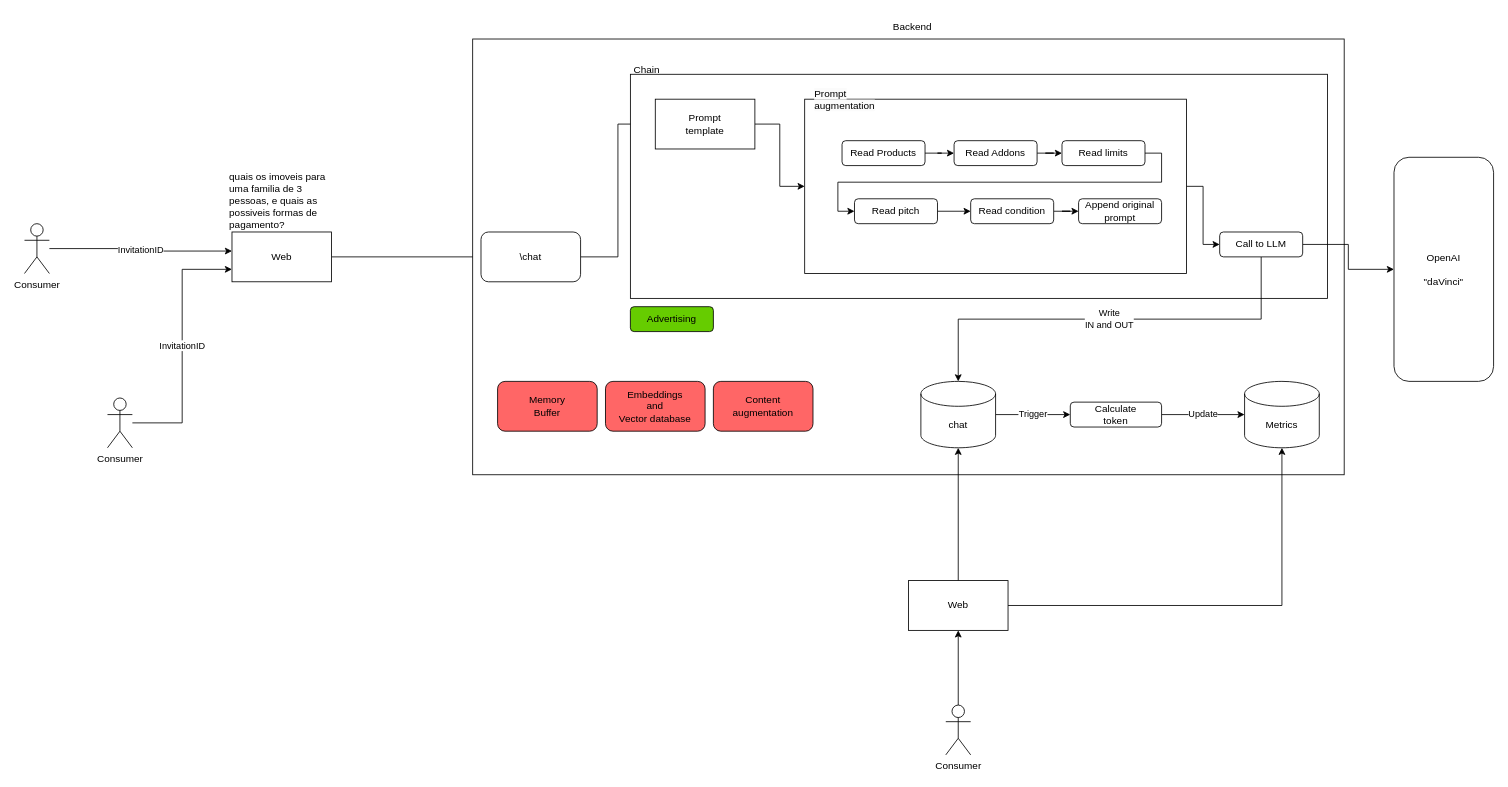
This is page "Chat_chain" (9 of 9) of doc/MER.drawio from leucir/iara-web, a draw.io file, before an edit. Source tidied: cells renumbered, new cells numbered last; positions are measured from the earlier drawing's top-left corner, leaving out a move shared by most shapes. Both pictures are drawn from the tidied source at 83%, with x=0, y=0 at pixel (24, 14).
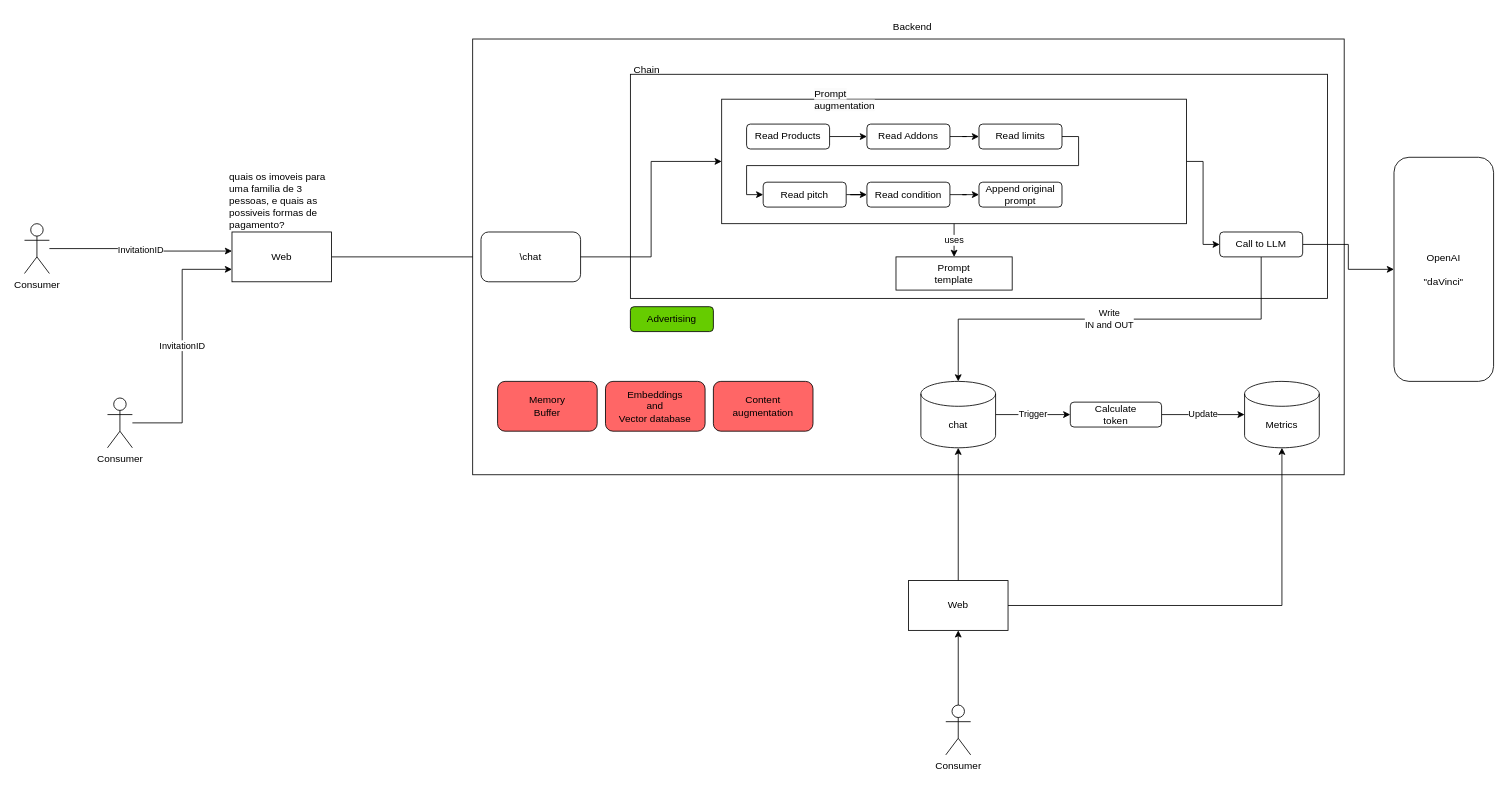
The same page after the edit.

Commit message (it also covers changes not shown here):
diagram and sample examples

The change refers to these unchanged cells:
```xml
<mxCell id="8" value="\chat" style="rounded=1;whiteSpace=wrap;html=1;" parent="1" vertex="1">
  <mxGeometry x="550" y="262" width="120" height="60" as="geometry" />
</mxCell>
```

The edit, as a diff of the source:
```diff
@@
-    <mxCell id="7" style="edgeStyle=orthogonalEdgeStyle;rounded=0;jettySize=auto;html=1;entryX=0;entryY=0.5;entryDx=0;entryDy=0;" parent="1" edge="1" source="8" target="15">
-      <mxGeometry relative="1" as="geometry" />
-    </mxCell>
@@
-    <mxCell id="14" style="edgeStyle=orthogonalEdgeStyle;rounded=0;jettySize=auto;html=1;" parent="1" edge="1" source="15" target="17">
-      <mxGeometry relative="1" as="geometry" />
-    </mxCell>
-    <mxCell id="15" value="Prompt&lt;br&gt;template" style="rounded=0;whiteSpace=wrap;html=1;" parent="1" vertex="1">
-      <mxGeometry x="760" y="102" width="120" height="60" as="geometry" />
-    </mxCell>
@@
     <mxCell id="17" style="whiteSpace=wrap;html=1;rounded=0;" parent="1" vertex="1">
-      <mxGeometry x="940" y="102" width="460" height="210" as="geometry" />
+      <mxGeometry x="840" y="102" width="560" height="150" as="geometry" />
     </mxCell>
@@
     <mxCell id="20" value="Read Products" style="rounded=1;whiteSpace=wrap;html=1;" parent="1" vertex="1">
-      <mxGeometry x="985" y="152" width="100" height="30" as="geometry" />
+      <mxGeometry x="870" y="132" width="100" height="30" as="geometry" />
     </mxCell>
@@
     <mxCell id="23" value="Read Addons" style="rounded=1;whiteSpace=wrap;html=1;" parent="1" vertex="1">
-      <mxGeometry x="1120" y="152" width="100" height="30" as="geometry" />
+      <mxGeometry x="1015" y="132" width="100" height="30" as="geometry" />
     </mxCell>
@@
     <mxCell id="25" value="Read limits" style="rounded=1;whiteSpace=wrap;html=1;" parent="1" vertex="1">
-      <mxGeometry x="1250" y="152" width="100" height="30" as="geometry" />
+      <mxGeometry x="1150" y="132" width="100" height="30" as="geometry" />
     </mxCell>
@@
     <mxCell id="27" value="Read pitch" style="rounded=1;whiteSpace=wrap;html=1;" parent="1" vertex="1">
-      <mxGeometry x="1000" y="222" width="100" height="30" as="geometry" />
+      <mxGeometry x="890" y="202" width="100" height="30" as="geometry" />
     </mxCell>
@@
     <mxCell id="29" value="Read condition" style="rounded=1;whiteSpace=wrap;html=1;" parent="1" vertex="1">
-      <mxGeometry x="1140" y="222" width="100" height="30" as="geometry" />
+      <mxGeometry x="1015" y="202" width="100" height="30" as="geometry" />
     </mxCell>
     <mxCell id="30" value="Append original&lt;br&gt;prompt" style="rounded=1;whiteSpace=wrap;html=1;" parent="1" vertex="1">
-      <mxGeometry x="1270" y="222" width="100" height="30" as="geometry" />
+      <mxGeometry x="1150" y="202" width="100" height="30" as="geometry" />
     </mxCell>
@@
+    <mxCell id="7" style="edgeStyle=orthogonalEdgeStyle;rounded=0;jettySize=auto;html=1;entryX=0;entryY=0.5;entryDx=0;entryDy=0;" parent="1" edge="1" source="8" target="17">
+      <mxGeometry relative="1" as="geometry" />
+    </mxCell>
+    <mxCell id="14" value="uses" style="edgeStyle=orthogonalEdgeStyle;rounded=0;jettySize=auto;html=1;entryX=0.5;entryY=1;entryDx=0;entryDy=0;startArrow=classic;startFill=1;endArrow=none;endFill=0;" parent="1" edge="1" source="15" target="17">
+      <mxGeometry relative="1" as="geometry" />
+    </mxCell>
+    <mxCell id="15" value="Prompt&lt;br&gt;template" style="rounded=0;whiteSpace=wrap;html=1;" parent="1" vertex="1">
+      <mxGeometry x="1050" y="292" width="140" height="40" as="geometry" />
+    </mxCell>
```
